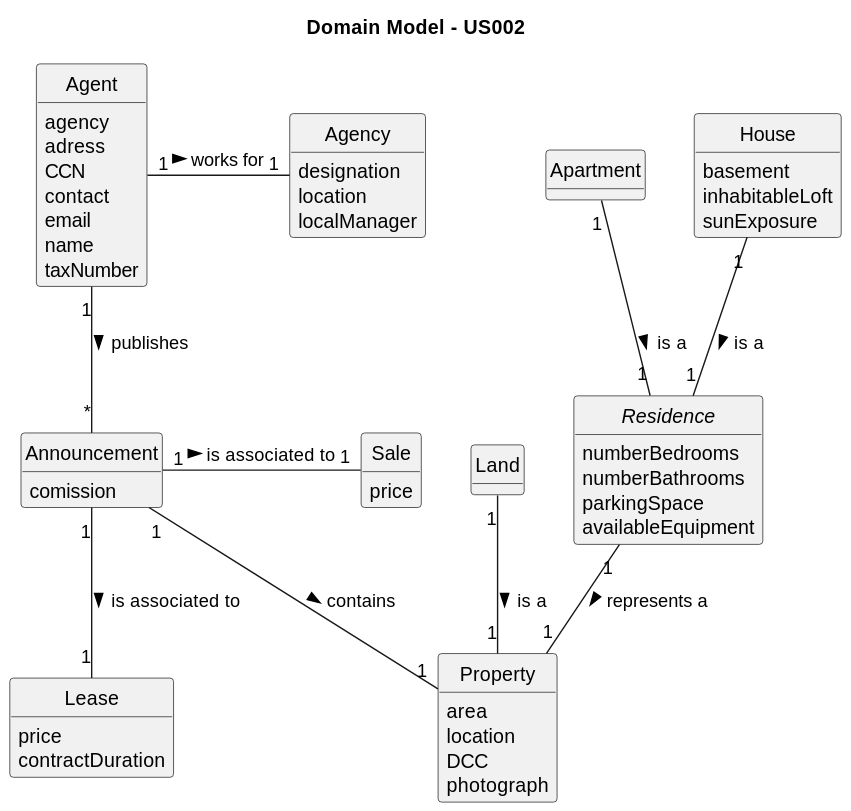
rita-barbosa/LAPR2-2223 keeps this PlantUML diagram as docs/sprintA/us002/02.analysis/svg/us002-domain-model.svg. Above is the earlier version.
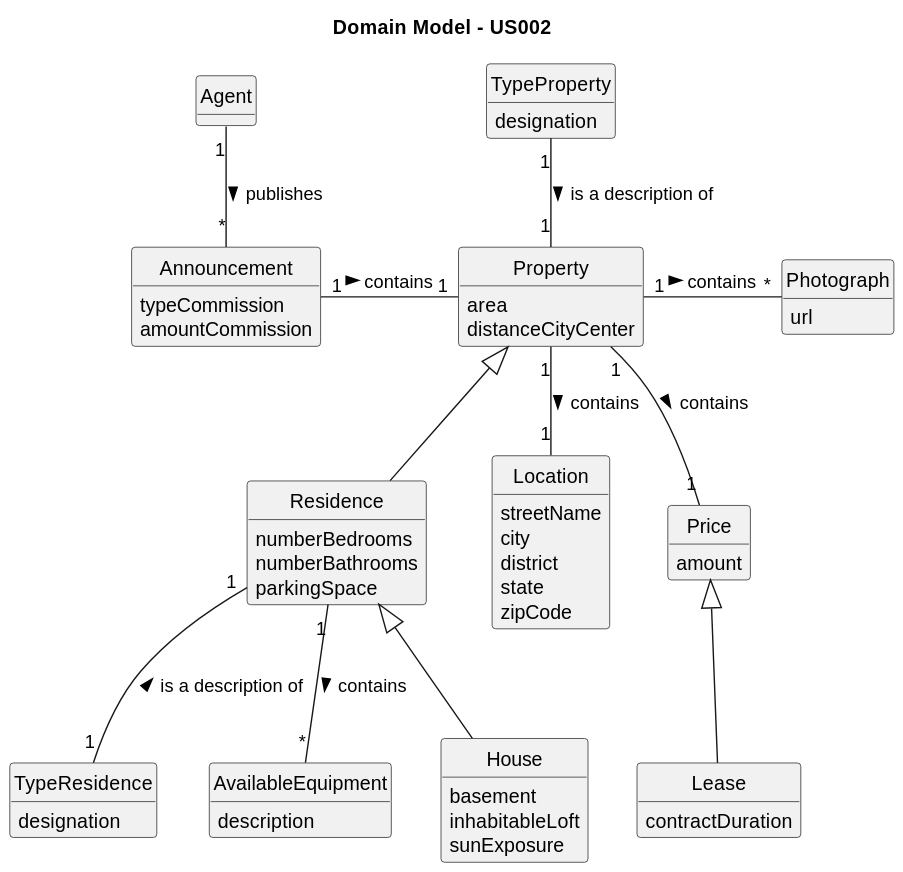
Later version of the same file.

Commit message:
Updating domain model and Readme of US002.

Diff of the diagram source:
```diff
@@ -11,65 +11,64 @@
 
 title Domain Model - US002
 
-class Agency {
-    designation
-    location
-    localManager
-}
 
 class Announcement {
-    comission
+ typeCommission
+ amountCommission
 }
 class Property{
  area
- location
- DCC
- photograph
+ distanceCityCenter
 }
-class Land{
-}
-abstract class Residence{
+
+class Residence{
  numberBedrooms
  numberBathrooms
  parkingSpace
-availableEquipment
-}
-class Apartment{
 }
 class House{
  basement
  inhabitableLoft
  sunExposure
 }
-
-
-class Sale{
-price
+class TypeProperty{
+designation
+}
+class TypeResidence{
+designation
+}
+class Photograph{
+url
+}
+class Location{
+streetName
+city
+district
+state
+zipCode
+}
+class Price{
+amount
 }
 class Lease{
-price
 contractDuration
+}
+class Agent {
+}
+class AvailableEquipment{
+description
 }
 
 
-class Agent {
-    agency
-    adress
-    CCN
-    contact
-    email
-    name
-    taxNumber
-}
-
-
-Agent "1" - "1" Agency: works for >
 Agent "1" -- "*" Announcement: publishes >
-Announcement "1"- "1" Sale: is associated to >
-Announcement "1" -- "1" Lease: is associated to >
-Announcement "1" -- "1" Property: contains >
-Land "1" -- "1" Property: is a >
-Residence "1" -- "1" Property:  represents a >
-Apartment "1" -- "1" Residence: is a >
-House "1" -- "1" Residence: is a >
+Announcement "1" - "1" Property: contains >
+TypeProperty "1" -- "1" Property: is a description of >
+Residence -up-|> Property
+TypeResidence "1" -up- "1" Residence: is a description of >
+House -up-|> Residence
+Property "1" - "*" Photograph: contains >
+Property "1"--"1" Location: contains >
+Property "1" -- "1" Price: contains >
+Price <|-- Lease
+Residence "1" -- "*"AvailableEquipment: contains >
 @enduml
```
